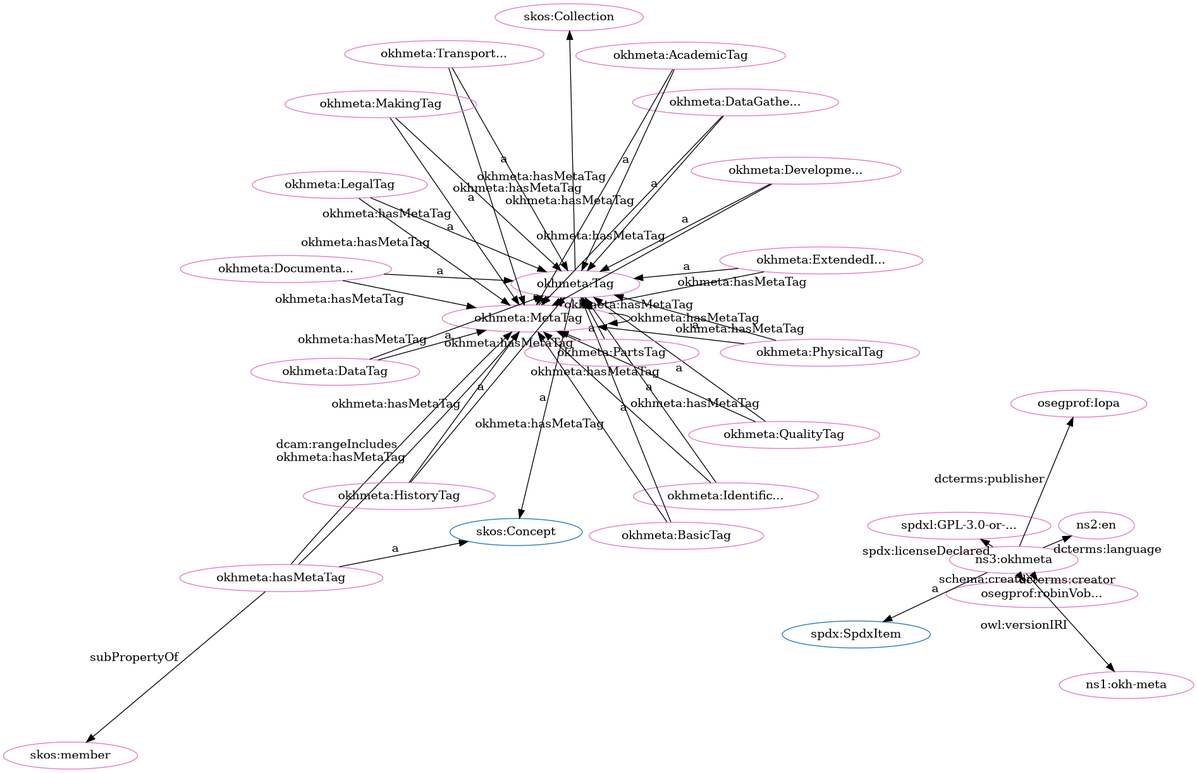
iop-alliance/OpenKnowHow keeps this Graphviz diagram as src/spec/fdp_okh-meta-clean.png. Above is the earlier version. Its source is kept beside it as src/spec/fdp_okh-meta-clean.dot.
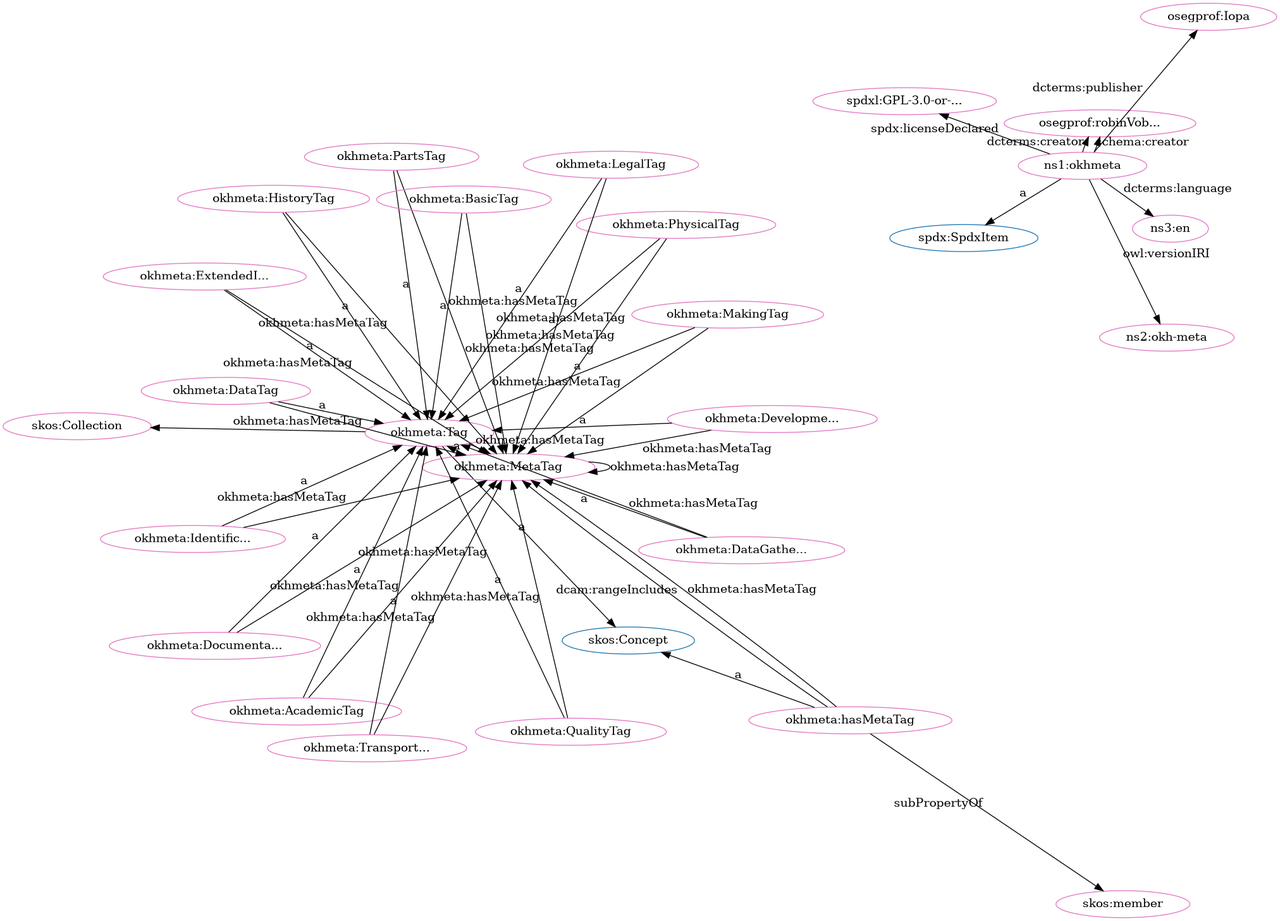
After the change.

The edit, as a diff of the source:
```diff
@@ -1,80 +1,80 @@
 digraph G {
   rankdir=BT
   node[height=.3]
-"http://www.w3.org/2004/02/skos/core#Concept" [fillcolor="#1f77b4" color="#1f77b4" label="skos:Concept"]
 "http://w3id.org/oseg/ont/okhmeta#Tag" [fillcolor="#1f77b4" color="#1f77b4" label="okhmeta:Tag"]
 "http://spdx.org/rdf/terms#SpdxItem" [fillcolor="#1f77b4" color="#1f77b4" label="spdx:SpdxItem"]
+"http://www.w3.org/2004/02/skos/core#Concept" [fillcolor="#1f77b4" color="#1f77b4" label="skos:Concept"]
 "http://www.w3.org/2004/02/skos/core#Collection" [fillcolor="#1f77b4" color="#1f77b4" label="skos:Collection"]
+"http://w3id.org/oseg/ont/okhmeta#DataTag" [fillcolor="#e377c2" color="#e377c2" label="okhmeta:DataTag"]
+"http://w3id.org/oseg/ont/okhmeta#MetaTag" [fillcolor="#e377c2" color="#e377c2" label="okhmeta:MetaTag"]
+"http://w3id.org/oseg/ont/okhmeta" [fillcolor="#e377c2" color="#e377c2" label="ns1:okhmeta"]
+"http://w3id.org/oseg/ont/okhmeta#HistoryTag" [fillcolor="#e377c2" color="#e377c2" label="okhmeta:HistoryTag"]
+"http://w3id.org/oseg/ont/okhmeta#DataGatheringTag" [fillcolor="#e377c2" color="#e377c2" label="okhmeta:DataGathe..."]
+"http://w3id.org/oseg/ont/okhmeta#PartsTag" [fillcolor="#e377c2" color="#e377c2" label="okhmeta:PartsTag"]
+"http://w3id.org/oseg/ont/okhmeta#AcademicTag" [fillcolor="#e377c2" color="#e377c2" label="okhmeta:AcademicTag"]
 "http://w3id.org/oseg/ont/okhmeta#hasMetaTag" [fillcolor="#e377c2" color="#e377c2" label="okhmeta:hasMetaTag"]
+"http://w3id.org/oseg/ont/okhmeta#QualityTag" [fillcolor="#e377c2" color="#e377c2" label="okhmeta:QualityTag"]
+"http://w3id.org/oseg/ont/1.1.0/okh-meta" [fillcolor="#e377c2" color="#e377c2" label="ns2:okh-meta"]
 "http://w3id.org/oseg/ont/okhmeta#DevelopmentTag" [fillcolor="#e377c2" color="#e377c2" label="okhmeta:Developme..."]
-"http://w3id.org/oseg/ont/okhmeta#MetaTag" [fillcolor="#e377c2" color="#e377c2" label="okhmeta:MetaTag"]
-"http://w3id.org/oseg/ont/okhmeta#LegalTag" [fillcolor="#e377c2" color="#e377c2" label="okhmeta:LegalTag"]
-"http://w3id.org/oseg/ont/1.1.0/okh-meta" [fillcolor="#e377c2" color="#e377c2" label="ns1:okh-meta"]
+"http://w3id.org/oseg/ont/okhmeta#Tag" [fillcolor="#e377c2" color="#e377c2" label="okhmeta:Tag"]
+"http://w3id.org/oseg/ont/oseg-profiles#robinVobruba" [fillcolor="#e377c2" color="#e377c2" label="osegprof:robinVob..."]
+"http://www.w3.org/2004/02/skos/core#Collection" [fillcolor="#e377c2" color="#e377c2" label="skos:Collection"]
 "http://w3id.org/oseg/ont/okhmeta#IdentificationTag" [fillcolor="#e377c2" color="#e377c2" label="okhmeta:Identific..."]
-"http://w3id.org/oseg/ont/oseg-profiles#robinVobruba" [fillcolor="#e377c2" color="#e377c2" label="osegprof:robinVob..."]
-"http://w3id.org/oseg/ont/okhmeta#HistoryTag" [fillcolor="#e377c2" color="#e377c2" label="okhmeta:HistoryTag"]
-"http://spdx.org/licenses/GPL-3.0-or-later" [fillcolor="#e377c2" color="#e377c2" label="spdxl:GPL-3.0-or-..."]
-"http://w3id.org/oseg/ont/okhmeta#QualityTag" [fillcolor="#e377c2" color="#e377c2" label="okhmeta:QualityTag"]
-"http://www.w3.org/2004/02/skos/core#member" [fillcolor="#e377c2" color="#e377c2" label="skos:member"]
-"http://w3id.org/oseg/ont/oseg-profiles#Iopa" [fillcolor="#e377c2" color="#e377c2" label="osegprof:Iopa"]
-"http://id.loc.gov/vocabulary/iso639-1/en" [fillcolor="#e377c2" color="#e377c2" label="ns2:en"]
-"http://w3id.org/oseg/ont/okhmeta" [fillcolor="#e377c2" color="#e377c2" label="ns3:okhmeta"]
-"http://w3id.org/oseg/ont/okhmeta#DataTag" [fillcolor="#e377c2" color="#e377c2" label="okhmeta:DataTag"]
-"http://w3id.org/oseg/ont/okhmeta#DataGatheringTag" [fillcolor="#e377c2" color="#e377c2" label="okhmeta:DataGathe..."]
-"http://w3id.org/oseg/ont/okhmeta#AcademicTag" [fillcolor="#e377c2" color="#e377c2" label="okhmeta:AcademicTag"]
-"http://www.w3.org/2004/02/skos/core#Collection" [fillcolor="#e377c2" color="#e377c2" label="skos:Collection"]
-"http://w3id.org/oseg/ont/okhmeta#TransportationTag" [fillcolor="#e377c2" color="#e377c2" label="okhmeta:Transport..."]
-"http://w3id.org/oseg/ont/okhmeta#Tag" [fillcolor="#e377c2" color="#e377c2" label="okhmeta:Tag"]
-"http://w3id.org/oseg/ont/okhmeta#PhysicalTag" [fillcolor="#e377c2" color="#e377c2" label="okhmeta:PhysicalTag"]
 "http://w3id.org/oseg/ont/okhmeta#BasicTag" [fillcolor="#e377c2" color="#e377c2" label="okhmeta:BasicTag"]
 "http://w3id.org/oseg/ont/okhmeta#MakingTag" [fillcolor="#e377c2" color="#e377c2" label="okhmeta:MakingTag"]
+"http://w3id.org/oseg/ont/oseg-profiles#Iopa" [fillcolor="#e377c2" color="#e377c2" label="osegprof:Iopa"]
+"http://w3id.org/oseg/ont/okhmeta#TransportationTag" [fillcolor="#e377c2" color="#e377c2" label="okhmeta:Transport..."]
+"http://www.w3.org/2004/02/skos/core#member" [fillcolor="#e377c2" color="#e377c2" label="skos:member"]
+"http://spdx.org/licenses/GPL-3.0-or-later" [fillcolor="#e377c2" color="#e377c2" label="spdxl:GPL-3.0-or-..."]
+"http://w3id.org/oseg/ont/okhmeta#PhysicalTag" [fillcolor="#e377c2" color="#e377c2" label="okhmeta:PhysicalTag"]
+"http://w3id.org/oseg/ont/okhmeta#ExtendedInfoTag" [fillcolor="#e377c2" color="#e377c2" label="okhmeta:ExtendedI..."]
+"http://w3id.org/oseg/ont/okhmeta#LegalTag" [fillcolor="#e377c2" color="#e377c2" label="okhmeta:LegalTag"]
 "http://w3id.org/oseg/ont/okhmeta#DocumentationTag" [fillcolor="#e377c2" color="#e377c2" label="okhmeta:Documenta..."]
-"http://w3id.org/oseg/ont/okhmeta#ExtendedInfoTag" [fillcolor="#e377c2" color="#e377c2" label="okhmeta:ExtendedI..."]
-"http://w3id.org/oseg/ont/okhmeta#PartsTag" [fillcolor="#e377c2" color="#e377c2" label="okhmeta:PartsTag"]
-  "http://w3id.org/oseg/ont/okhmeta#AcademicTag" -> "http://w3id.org/oseg/ont/okhmeta#MetaTag" [label="okhmeta:hasMetaTag"]
-  "http://w3id.org/oseg/ont/okhmeta#DataTag" -> "http://w3id.org/oseg/ont/okhmeta#MetaTag" [label="okhmeta:hasMetaTag"]
-  "http://w3id.org/oseg/ont/okhmeta#HistoryTag" -> "http://w3id.org/oseg/ont/okhmeta#Tag" [label="a"]
-  "http://w3id.org/oseg/ont/okhmeta#DevelopmentTag" -> "http://w3id.org/oseg/ont/okhmeta#MetaTag" [label="okhmeta:hasMetaTag"]
+"http://id.loc.gov/vocabulary/iso639-1/en" [fillcolor="#e377c2" color="#e377c2" label="ns3:en"]
+  "http://w3id.org/oseg/ont/okhmeta#DataGatheringTag" -> "http://w3id.org/oseg/ont/okhmeta#Tag" [label="a"]
+  "http://w3id.org/oseg/ont/okhmeta#ExtendedInfoTag" -> "http://w3id.org/oseg/ont/okhmeta#MetaTag" [label="okhmeta:hasMetaTag"]
+  "http://w3id.org/oseg/ont/okhmeta#PartsTag" -> "http://w3id.org/oseg/ont/okhmeta#Tag" [label="a"]
+  "http://w3id.org/oseg/ont/okhmeta#QualityTag" -> "http://w3id.org/oseg/ont/okhmeta#Tag" [label="a"]
+  "http://w3id.org/oseg/ont/okhmeta#IdentificationTag" -> "http://w3id.org/oseg/ont/okhmeta#MetaTag" [label="okhmeta:hasMetaTag"]
+  "http://w3id.org/oseg/ont/okhmeta#AcademicTag" -> "http://w3id.org/oseg/ont/okhmeta#Tag" [label="a"]
+  "http://w3id.org/oseg/ont/okhmeta" -> "http://w3id.org/oseg/ont/1.1.0/okh-meta" [label="owl:versionIRI"]
+  "http://w3id.org/oseg/ont/okhmeta" -> "http://w3id.org/oseg/ont/oseg-profiles#robinVobruba" [label="dcterms:creator"]
+  "http://w3id.org/oseg/ont/okhmeta#Tag" -> "http://www.w3.org/2004/02/skos/core#Collection" [label=""]
+  "http://w3id.org/oseg/ont/okhmeta#IdentificationTag" -> "http://w3id.org/oseg/ont/okhmeta#Tag" [label="a"]
+  "http://w3id.org/oseg/ont/okhmeta#BasicTag" -> "http://w3id.org/oseg/ont/okhmeta#Tag" [label="a"]
+  "http://w3id.org/oseg/ont/okhmeta#hasMetaTag" -> "http://w3id.org/oseg/ont/okhmeta#MetaTag" [label="dcam:rangeIncludes"]
   "http://w3id.org/oseg/ont/okhmeta#LegalTag" -> "http://w3id.org/oseg/ont/okhmeta#MetaTag" [label="okhmeta:hasMetaTag"]
   "http://w3id.org/oseg/ont/okhmeta" -> "http://w3id.org/oseg/ont/oseg-profiles#Iopa" [label="dcterms:publisher"]
+  "http://w3id.org/oseg/ont/okhmeta#DocumentationTag" -> "http://w3id.org/oseg/ont/okhmeta#MetaTag" [label="okhmeta:hasMetaTag"]
+  "http://w3id.org/oseg/ont/okhmeta#MakingTag" -> "http://w3id.org/oseg/ont/okhmeta#MetaTag" [label="okhmeta:hasMetaTag"]
+  "http://w3id.org/oseg/ont/okhmeta#DataTag" -> "http://w3id.org/oseg/ont/okhmeta#MetaTag" [label="okhmeta:hasMetaTag"]
+  "http://w3id.org/oseg/ont/okhmeta" -> "http://spdx.org/licenses/GPL-3.0-or-later" [label="spdx:licenseDeclared"]
+  "http://w3id.org/oseg/ont/okhmeta#HistoryTag" -> "http://w3id.org/oseg/ont/okhmeta#MetaTag" [label="okhmeta:hasMetaTag"]
+  "http://w3id.org/oseg/ont/okhmeta#ExtendedInfoTag" -> "http://w3id.org/oseg/ont/okhmeta#Tag" [label="a"]
+  "http://w3id.org/oseg/ont/okhmeta#DevelopmentTag" -> "http://w3id.org/oseg/ont/okhmeta#MetaTag" [label="okhmeta:hasMetaTag"]
+  "http://w3id.org/oseg/ont/okhmeta#LegalTag" -> "http://w3id.org/oseg/ont/okhmeta#Tag" [label="a"]
+  "http://w3id.org/oseg/ont/okhmeta" -> "http://w3id.org/oseg/ont/oseg-profiles#robinVobruba" [label="schema:creator"]
+  "http://w3id.org/oseg/ont/okhmeta#DocumentationTag" -> "http://w3id.org/oseg/ont/okhmeta#Tag" [label="a"]
   "http://w3id.org/oseg/ont/okhmeta" -> "http://id.loc.gov/vocabulary/iso639-1/en" [label="dcterms:language"]
+  "http://w3id.org/oseg/ont/okhmeta#PhysicalTag" -> "http://w3id.org/oseg/ont/okhmeta#MetaTag" [label="okhmeta:hasMetaTag"]
+  "http://w3id.org/oseg/ont/okhmeta#DataTag" -> "http://w3id.org/oseg/ont/okhmeta#Tag" [label="a"]
+  "http://w3id.org/oseg/ont/okhmeta#HistoryTag" -> "http://w3id.org/oseg/ont/okhmeta#Tag" [label="a"]
   "http://w3id.org/oseg/ont/okhmeta" -> "http://spdx.org/rdf/terms#SpdxItem" [label="a"]
-  "http://w3id.org/oseg/ont/okhmeta#DataTag" -> "http://w3id.org/oseg/ont/okhmeta#Tag" [label="a"]
-  "http://w3id.org/oseg/ont/okhmeta#hasMetaTag" -> "http://w3id.org/oseg/ont/okhmeta#MetaTag" [label="dcam:rangeIncludes"]
-  "http://w3id.org/oseg/ont/okhmeta#IdentificationTag" -> "http://w3id.org/oseg/ont/okhmeta#MetaTag" [label="okhmeta:hasMetaTag"]
-  "http://w3id.org/oseg/ont/okhmeta#ExtendedInfoTag" -> "http://w3id.org/oseg/ont/okhmeta#MetaTag" [label="okhmeta:hasMetaTag"]
+  "http://w3id.org/oseg/ont/okhmeta#Tag" -> "http://w3id.org/oseg/ont/okhmeta#MetaTag" [label="okhmeta:hasMetaTag"]
+  "http://w3id.org/oseg/ont/okhmeta#hasMetaTag" -> "http://w3id.org/oseg/ont/okhmeta#MetaTag" [label="okhmeta:hasMetaTag"]
+  "http://w3id.org/oseg/ont/okhmeta#DevelopmentTag" -> "http://w3id.org/oseg/ont/okhmeta#Tag" [label="a"]
   "http://w3id.org/oseg/ont/okhmeta#Tag" -> "http://www.w3.org/2004/02/skos/core#Concept" [label="a"]
+  "http://w3id.org/oseg/ont/okhmeta#PartsTag" -> "http://w3id.org/oseg/ont/okhmeta#MetaTag" [label="okhmeta:hasMetaTag"]
+  "http://w3id.org/oseg/ont/okhmeta#TransportationTag" -> "http://w3id.org/oseg/ont/okhmeta#MetaTag" [label="okhmeta:hasMetaTag"]
+  "http://w3id.org/oseg/ont/okhmeta#AcademicTag" -> "http://w3id.org/oseg/ont/okhmeta#MetaTag" [label="okhmeta:hasMetaTag"]
   "http://w3id.org/oseg/ont/okhmeta#QualityTag" -> "http://w3id.org/oseg/ont/okhmeta#MetaTag" [label="okhmeta:hasMetaTag"]
+  "http://w3id.org/oseg/ont/okhmeta#MakingTag" -> "http://w3id.org/oseg/ont/okhmeta#Tag" [label="a"]
+  "http://w3id.org/oseg/ont/okhmeta#BasicTag" -> "http://w3id.org/oseg/ont/okhmeta#MetaTag" [label="okhmeta:hasMetaTag"]
+  "http://w3id.org/oseg/ont/okhmeta#hasMetaTag" -> "http://www.w3.org/2004/02/skos/core#Concept" [label="a"]
+  "http://w3id.org/oseg/ont/okhmeta#TransportationTag" -> "http://w3id.org/oseg/ont/okhmeta#Tag" [label="a"]
+  "http://w3id.org/oseg/ont/okhmeta#hasMetaTag" -> "http://www.w3.org/2004/02/skos/core#member" [label="subPropertyOf"]
+  "http://w3id.org/oseg/ont/okhmeta#MetaTag" -> "http://w3id.org/oseg/ont/okhmeta#MetaTag" [label="okhmeta:hasMetaTag"]
   "http://w3id.org/oseg/ont/okhmeta#PhysicalTag" -> "http://w3id.org/oseg/ont/okhmeta#Tag" [label="a"]
-  "http://w3id.org/oseg/ont/okhmeta#MetaTag" -> "http://w3id.org/oseg/ont/okhmeta#MetaTag" [label="okhmeta:hasMetaTag"]
-  "http://w3id.org/oseg/ont/okhmeta#MakingTag" -> "http://w3id.org/oseg/ont/okhmeta#Tag" [label="a"]
-  "http://w3id.org/oseg/ont/okhmeta" -> "http://w3id.org/oseg/ont/oseg-profiles#robinVobruba" [label="schema:creator"]
-  "http://w3id.org/oseg/ont/okhmeta#PartsTag" -> "http://w3id.org/oseg/ont/okhmeta#Tag" [label="a"]
-  "http://w3id.org/oseg/ont/okhmeta#hasMetaTag" -> "http://www.w3.org/2004/02/skos/core#Concept" [label="a"]
-  "http://w3id.org/oseg/ont/okhmeta#DevelopmentTag" -> "http://w3id.org/oseg/ont/okhmeta#Tag" [label="a"]
-  "http://w3id.org/oseg/ont/okhmeta#LegalTag" -> "http://w3id.org/oseg/ont/okhmeta#Tag" [label="a"]
-  "http://w3id.org/oseg/ont/okhmeta#Tag" -> "http://w3id.org/oseg/ont/okhmeta#MetaTag" [label="okhmeta:hasMetaTag"]
   "http://w3id.org/oseg/ont/okhmeta#DataGatheringTag" -> "http://w3id.org/oseg/ont/okhmeta#MetaTag" [label="okhmeta:hasMetaTag"]
-  "http://w3id.org/oseg/ont/okhmeta" -> "http://w3id.org/oseg/ont/1.1.0/okh-meta" [label="owl:versionIRI"]
-  "http://w3id.org/oseg/ont/okhmeta#TransportationTag" -> "http://w3id.org/oseg/ont/okhmeta#MetaTag" [label="okhmeta:hasMetaTag"]
-  "http://w3id.org/oseg/ont/okhmeta#IdentificationTag" -> "http://w3id.org/oseg/ont/okhmeta#Tag" [label="a"]
-  "http://w3id.org/oseg/ont/okhmeta" -> "http://w3id.org/oseg/ont/oseg-profiles#robinVobruba" [label="dcterms:creator"]
-  "http://w3id.org/oseg/ont/okhmeta#DocumentationTag" -> "http://w3id.org/oseg/ont/okhmeta#MetaTag" [label="okhmeta:hasMetaTag"]
-  "http://w3id.org/oseg/ont/okhmeta" -> "http://spdx.org/licenses/GPL-3.0-or-later" [label="spdx:licenseDeclared"]
-  "http://w3id.org/oseg/ont/okhmeta#QualityTag" -> "http://w3id.org/oseg/ont/okhmeta#Tag" [label="a"]
   "http://w3id.org/oseg/ont/okhmeta#MetaTag" -> "http://w3id.org/oseg/ont/okhmeta#Tag" [label="a"]
-  "http://w3id.org/oseg/ont/okhmeta#hasMetaTag" -> "http://www.w3.org/2004/02/skos/core#member" [label="subPropertyOf"]
-  "http://w3id.org/oseg/ont/okhmeta#DataGatheringTag" -> "http://w3id.org/oseg/ont/okhmeta#Tag" [label="a"]
-  "http://w3id.org/oseg/ont/okhmeta#hasMetaTag" -> "http://w3id.org/oseg/ont/okhmeta#MetaTag" [label="okhmeta:hasMetaTag"]
-  "http://w3id.org/oseg/ont/okhmeta#AcademicTag" -> "http://w3id.org/oseg/ont/okhmeta#Tag" [label="a"]
-  "http://w3id.org/oseg/ont/okhmeta#PhysicalTag" -> "http://w3id.org/oseg/ont/okhmeta#MetaTag" [label="okhmeta:hasMetaTag"]
-  "http://w3id.org/oseg/ont/okhmeta#Tag" -> "http://www.w3.org/2004/02/skos/core#Collection" [label=""]
-  "http://w3id.org/oseg/ont/okhmeta#BasicTag" -> "http://w3id.org/oseg/ont/okhmeta#MetaTag" [label="okhmeta:hasMetaTag"]
-  "http://w3id.org/oseg/ont/okhmeta#TransportationTag" -> "http://w3id.org/oseg/ont/okhmeta#Tag" [label="a"]
-  "http://w3id.org/oseg/ont/okhmeta#MakingTag" -> "http://w3id.org/oseg/ont/okhmeta#MetaTag" [label="okhmeta:hasMetaTag"]
-  "http://w3id.org/oseg/ont/okhmeta#HistoryTag" -> "http://w3id.org/oseg/ont/okhmeta#MetaTag" [label="okhmeta:hasMetaTag"]
-  "http://w3id.org/oseg/ont/okhmeta#PartsTag" -> "http://w3id.org/oseg/ont/okhmeta#MetaTag" [label="okhmeta:hasMetaTag"]
-  "http://w3id.org/oseg/ont/okhmeta#BasicTag" -> "http://w3id.org/oseg/ont/okhmeta#Tag" [label="a"]
-  "http://w3id.org/oseg/ont/okhmeta#DocumentationTag" -> "http://w3id.org/oseg/ont/okhmeta#Tag" [label="a"]
-  "http://w3id.org/oseg/ont/okhmeta#ExtendedInfoTag" -> "http://w3id.org/oseg/ont/okhmeta#Tag" [label="a"]
 }
```
